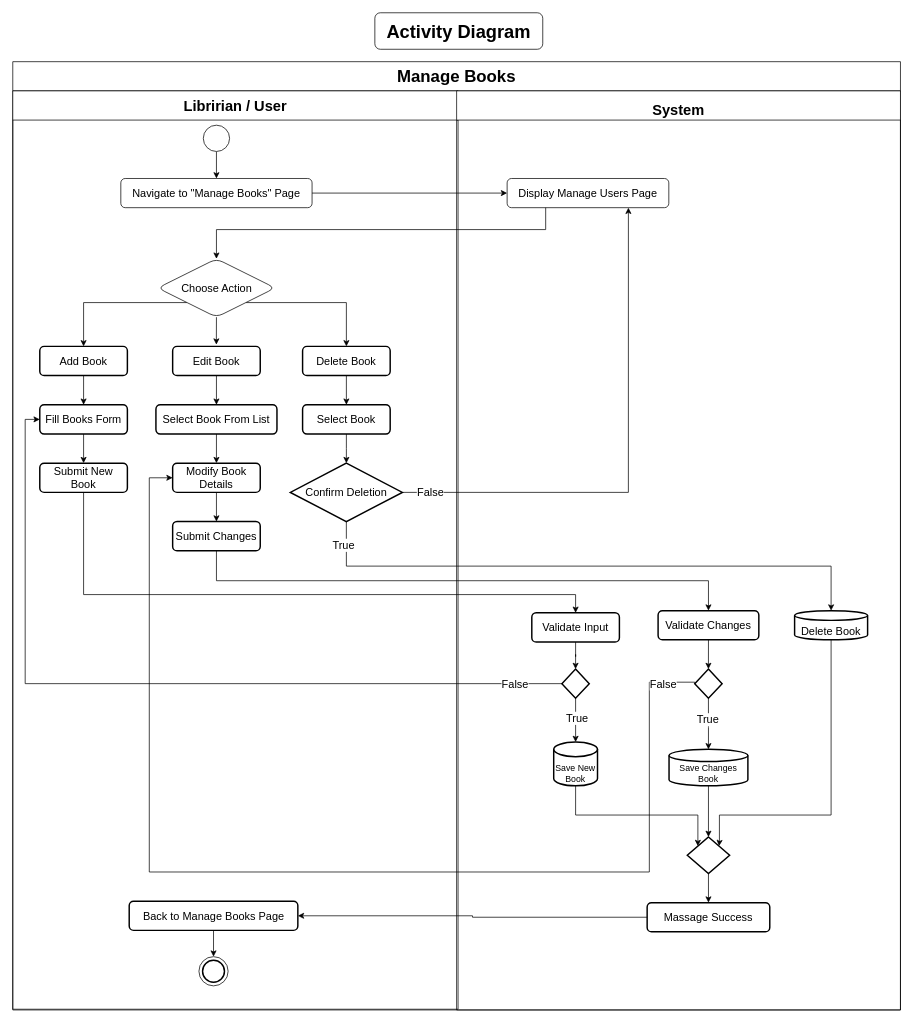
Before: page "manageBooks_activity" (6 of 7) of config-learn.drawio in Anggieta2/konfigure_BE-learn, a draw.io diagram. Source tidied: cells renumbered, new cells numbered last; positions are measured from the earlier drawing's top-left corner, leaving out a move shared by most shapes. Both pictures are drawn from the tidied source at 73%, with x=0, y=0 at pixel (12, 12).
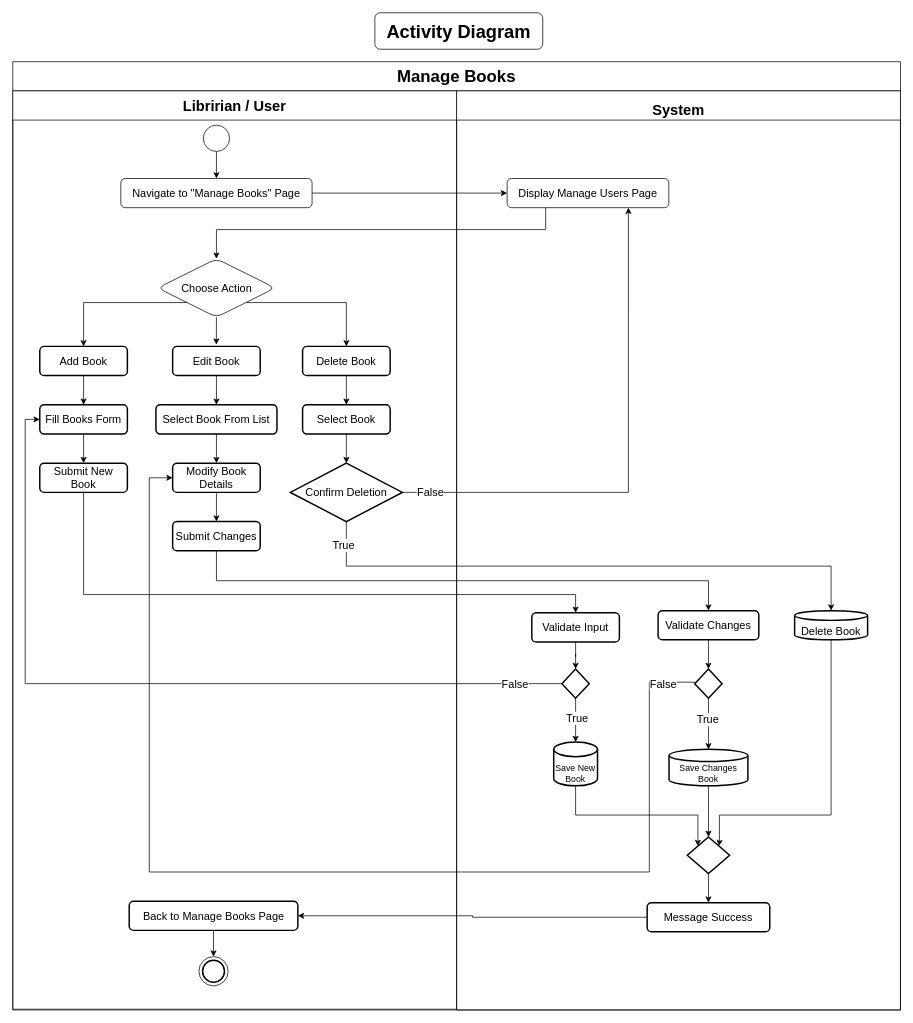
Above is the later version.

The change refers to these unchanged cells:
```xml
<mxCell id="2" value="&lt;font style=&quot;font-size: 23px;&quot;&gt;Manage Books&lt;/font&gt;" style="swimlane;whiteSpace=wrap;html=1;startSize=40;fillColor=none;fontColor=light-dark(#000000,#FFFFFF);strokeColor=default;" parent="1" vertex="1">
  <mxGeometry y="67" width="1216" height="1299" as="geometry" />
</mxCell>
<mxCell id="32" value="&lt;font&gt;System&lt;/font&gt;" style="swimlane;whiteSpace=wrap;html=1;startSize=40;fontColor=light-dark(#000000,#FFFFFF);fontSize=20;verticalAlign=bottom;" parent="2" vertex="1">
  <mxGeometry x="608" y="40" width="608" height="1259" as="geometry" />
</mxCell>
```

What changed in the source:
```diff
@@
     <mxCell id="3" value="&lt;font style=&quot;font-size: 20px;&quot;&gt;Libririan / User&lt;/font&gt;" style="swimlane;whiteSpace=wrap;html=1;startSize=40;" parent="2" vertex="1">
-      <mxGeometry y="40" width="610" height="1258" as="geometry" />
+      <mxGeometry y="40" width="608" height="1258" as="geometry" />
     </mxCell>
@@
-    <mxCell id="50" value="Massage Success" style="rounded=1;whiteSpace=wrap;html=1;verticalAlign=middle;strokeWidth=2;fontSize=15;" parent="32" vertex="1">
+    <mxCell id="50" value="Message Success" style="rounded=1;whiteSpace=wrap;html=1;verticalAlign=middle;strokeWidth=2;fontSize=15;" parent="32" vertex="1">
       <mxGeometry x="261" y="1112" width="168" height="40" as="geometry" />
     </mxCell>
```
